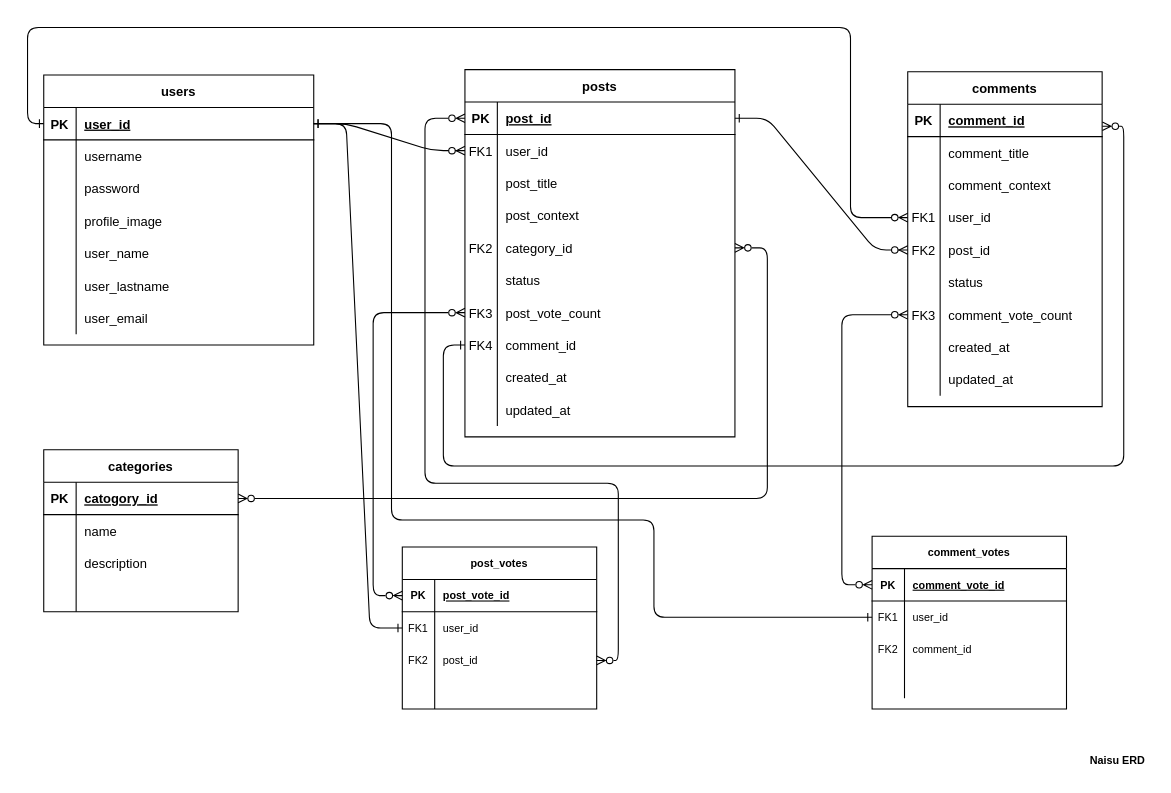
whoisnaisu/skill-checkpoints-2-back-end-development keeps this draw.io diagram as Untitled Diagram.drawio. Above is the earlier version. Source tidied: cells renumbered, new cells numbered last; positions are measured from the earlier drawing's top-left corner, leaving out a move shared by most shapes. Both pictures are drawn from the tidied source at 108%, with x=0, y=0 at pixel (27, 27).
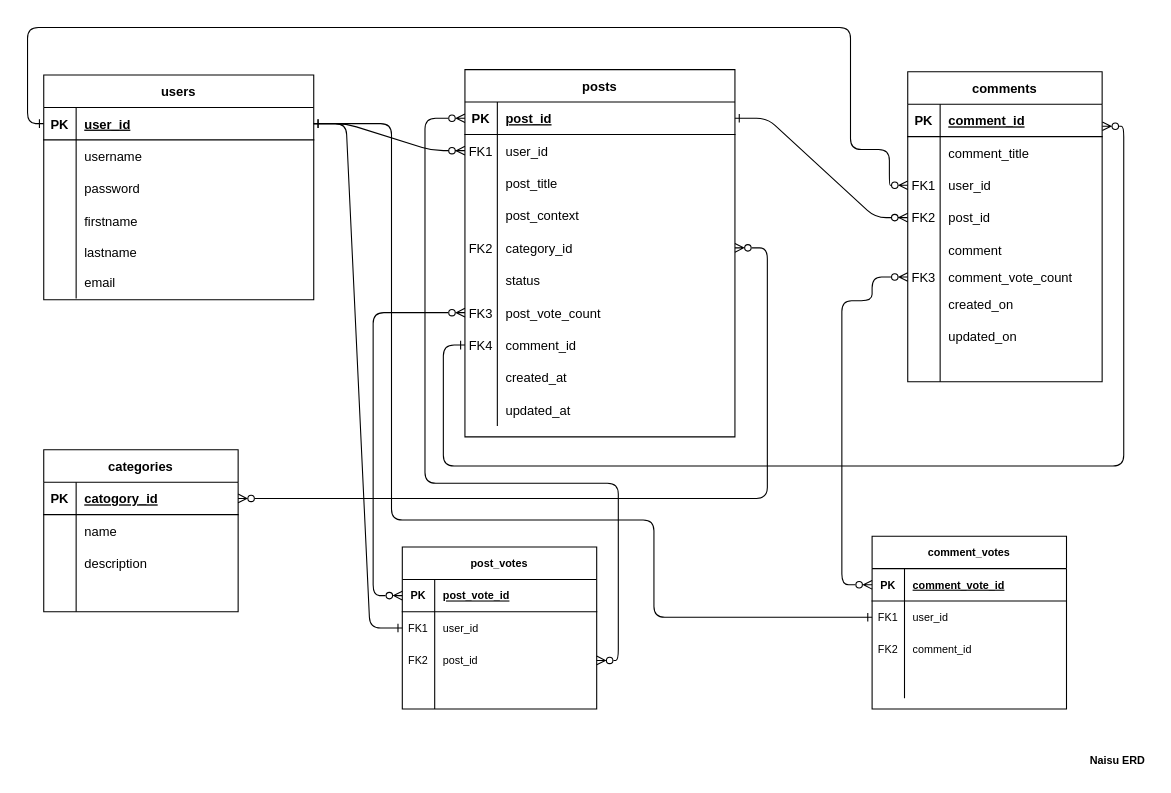
The same diagram, later.

Unchanged cells that the change refers to:
```xml
<mxCell id="36" style="shape=partialRectangle;fillColor=none;points=[[0,0.5],[1,0.5]];portConstraint=eastwest;top=0;left=0;right=0;bottom=1;" parent="35" vertex="1">
  <mxGeometry y="30" width="250" height="30" as="geometry" />
</mxCell>
<mxCell id="116" style="shape=tableRow;horizontal=0;startSize=0;swimlaneHead=0;swimlaneBody=0;fillColor=none;points=[[0,0.5],[1,0.5]];portConstraint=eastwest;top=0;left=0;right=0;bottom=1;glass=0;fontFamily=Helvetica;fontSize=10;" parent="115" vertex="1">
  <mxGeometry y="30" width="180" height="30" as="geometry" />
</mxCell>
```

The edit, as a diff of the source:
```diff
@@
     <mxCell id="35" value="users" style="shape=table;startSize=30;childLayout=tableLayout;rowLines=0;fontStyle=1;align=center;" parent="1" vertex="1">
-      <mxGeometry x="15" y="44" width="250" height="250" as="geometry" />
+      <mxGeometry x="15" y="44" width="250" height="208" as="geometry" />
     </mxCell>
@@
-    <mxCell id="45" style="shape=tableRow;horizontal=0;startSize=0;swimlaneHead=0;swimlaneBody=0;fillColor=none;top=0;left=0;right=0;bottom=0;" parent="35" vertex="1">
-      <mxGeometry y="120" width="250" height="30" as="geometry" />
-    </mxCell>
-    <mxCell id="46" style="shape=partialRectangle;fillColor=none;top=0;left=0;bottom=0;right=0;overflow=hidden;" parent="45" vertex="1">
-      <mxGeometry width="30" height="30" as="geometry" />
-    </mxCell>
-    <mxCell id="47" value="profile_image" style="shape=partialRectangle;fillColor=none;top=0;left=0;bottom=0;right=0;align=left;spacingLeft=6;overflow=hidden;" parent="45" vertex="1">
-      <mxGeometry x="30" width="220" height="30" as="geometry" />
-    </mxCell>
     <mxCell id="48" style="shape=tableRow;horizontal=0;startSize=0;swimlaneHead=0;swimlaneBody=0;fillColor=none;top=0;left=0;right=0;bottom=0;" parent="35" vertex="1">
-      <mxGeometry y="150" width="250" height="30" as="geometry" />
+      <mxGeometry y="120" width="250" height="30" as="geometry" />
     </mxCell>
@@
-    <mxCell id="50" value="user_name" style="shape=partialRectangle;fillColor=none;top=0;left=0;bottom=0;right=0;align=left;spacingLeft=6;fontStyle=0;overflow=hidden;" parent="48" vertex="1">
+    <mxCell id="50" value="firstname" style="shape=partialRectangle;fillColor=none;top=0;left=0;bottom=0;right=0;align=left;spacingLeft=6;fontStyle=0;overflow=hidden;" parent="48" vertex="1">
       <mxGeometry x="30" width="220" height="30" as="geometry" />
     </mxCell>
     <mxCell id="51" style="shape=tableRow;horizontal=0;startSize=0;swimlaneHead=0;swimlaneBody=0;fillColor=none;top=0;left=0;right=0;bottom=0;" parent="35" vertex="1">
-      <mxGeometry y="180" width="250" height="30" as="geometry" />
+      <mxGeometry y="150" width="250" height="27" as="geometry" />
     </mxCell>
     <mxCell id="52" style="shape=partialRectangle;fillColor=none;top=0;left=0;bottom=0;right=0;fontStyle=0;overflow=hidden;" parent="51" vertex="1">
-      <mxGeometry width="30" height="30" as="geometry" />
+      <mxGeometry width="30" height="27" as="geometry" />
     </mxCell>
-    <mxCell id="53" value="user_lastname" style="shape=partialRectangle;fillColor=none;top=0;left=0;bottom=0;right=0;align=left;spacingLeft=6;fontStyle=0;overflow=hidden;" parent="51" vertex="1">
-      <mxGeometry x="30" width="220" height="30" as="geometry" />
+    <mxCell id="53" value="lastname" style="shape=partialRectangle;fillColor=none;top=0;left=0;bottom=0;right=0;align=left;spacingLeft=6;fontStyle=0;overflow=hidden;" parent="51" vertex="1">
+      <mxGeometry x="30" width="220" height="27" as="geometry" />
     </mxCell>
     <mxCell id="54" style="shape=tableRow;horizontal=0;startSize=0;swimlaneHead=0;swimlaneBody=0;fillColor=none;top=0;left=0;right=0;bottom=0;" parent="35" vertex="1">
-      <mxGeometry y="210" width="250" height="30" as="geometry" />
+      <mxGeometry y="177" width="250" height="30" as="geometry" />
     </mxCell>
@@
-    <mxCell id="56" value="user_email" style="shape=partialRectangle;fillColor=none;top=0;left=0;bottom=0;right=0;align=left;spacingLeft=6;overflow=hidden;" parent="54" vertex="1">
+    <mxCell id="56" value="email" style="shape=partialRectangle;fillColor=none;top=0;left=0;bottom=0;right=0;align=left;spacingLeft=6;overflow=hidden;" parent="54" vertex="1">
       <mxGeometry x="30" width="220" height="30" as="geometry" />
     </mxCell>
@@
     <mxCell id="58" value="comments" style="shape=table;startSize=30;childLayout=tableLayout;rowLines=0;fontStyle=1;align=center;" parent="1" vertex="1">
-      <mxGeometry x="815" y="41" width="180" height="310" as="geometry" />
+      <mxGeometry x="815" y="41" width="180" height="287" as="geometry" />
     </mxCell>
@@
-    <mxCell id="65" style="shape=tableRow;horizontal=0;startSize=0;swimlaneHead=0;swimlaneBody=0;fillColor=none;top=0;left=0;right=0;bottom=0;" parent="58" vertex="1">
-      <mxGeometry y="90" width="180" height="30" as="geometry" />
-    </mxCell>
-    <mxCell id="66" style="shape=partialRectangle;fillColor=none;top=0;left=0;bottom=0;right=0;overflow=hidden;" parent="65" vertex="1">
-      <mxGeometry width="30" height="30" as="geometry" />
-    </mxCell>
-    <mxCell id="67" value="comment_context" style="shape=partialRectangle;fillColor=none;top=0;left=0;bottom=0;right=0;align=left;spacingLeft=6;overflow=hidden;" parent="65" vertex="1">
-      <mxGeometry x="30" width="150" height="30" as="geometry" />
-    </mxCell>
     <mxCell id="68" style="shape=tableRow;horizontal=0;startSize=0;swimlaneHead=0;swimlaneBody=0;fillColor=none;points=[[0,0.5],[1,0.5]];portConstraint=eastwest;top=0;left=0;right=0;bottom=0;" parent="58" vertex="1">
-      <mxGeometry y="120" width="180" height="30" as="geometry" />
+      <mxGeometry y="90" width="180" height="30" as="geometry" />
     </mxCell>
@@
     <mxCell id="71" style="shape=tableRow;horizontal=0;startSize=0;swimlaneHead=0;swimlaneBody=0;fillColor=none;points=[[0,0.5],[1,0.5]];portConstraint=eastwest;top=0;left=0;right=0;bottom=0;" parent="58" vertex="1">
-      <mxGeometry y="150" width="180" height="30" as="geometry" />
+      <mxGeometry y="120" width="180" height="30" as="geometry" />
     </mxCell>
@@
-    <mxCell id="74" style="shape=tableRow;horizontal=0;startSize=0;swimlaneHead=0;swimlaneBody=0;fillColor=none;top=0;left=0;right=0;bottom=0;" parent="58" vertex="1">
-      <mxGeometry y="180" width="180" height="30" as="geometry" />
-    </mxCell>
-    <mxCell id="75" style="shape=partialRectangle;fillColor=none;top=0;left=0;bottom=0;right=0;overflow=hidden;" parent="74" vertex="1">
-      <mxGeometry width="30" height="30" as="geometry" />
-    </mxCell>
-    <mxCell id="76" value="status" style="shape=partialRectangle;fillColor=none;top=0;left=0;bottom=0;right=0;align=left;spacingLeft=6;overflow=hidden;" parent="74" vertex="1">
-      <mxGeometry x="30" width="150" height="30" as="geometry" />
-    </mxCell>
+    <mxCell id="65" style="shape=tableRow;horizontal=0;startSize=0;swimlaneHead=0;swimlaneBody=0;fillColor=none;top=0;left=0;right=0;bottom=0;" parent="58" vertex="1">
+      <mxGeometry y="150" width="180" height="30" as="geometry" />
+    </mxCell>
+    <mxCell id="66" style="shape=partialRectangle;fillColor=none;top=0;left=0;bottom=0;right=0;overflow=hidden;" parent="65" vertex="1">
+      <mxGeometry width="30" height="30" as="geometry" />
+    </mxCell>
+    <mxCell id="67" value="comment" style="shape=partialRectangle;fillColor=none;top=0;left=0;bottom=0;right=0;align=left;spacingLeft=6;overflow=hidden;" parent="65" vertex="1">
+      <mxGeometry x="30" width="150" height="30" as="geometry" />
+    </mxCell>
     <mxCell id="77" style="shape=tableRow;horizontal=0;startSize=0;swimlaneHead=0;swimlaneBody=0;fillColor=none;points=[[0,0.5],[1,0.5]];portConstraint=eastwest;top=0;left=0;right=0;bottom=0;" parent="58" vertex="1">
-      <mxGeometry y="210" width="180" height="30" as="geometry" />
+      <mxGeometry y="180" width="180" height="20" as="geometry" />
     </mxCell>
     <mxCell id="78" value="FK3" style="shape=partialRectangle;fillColor=none;top=0;left=0;bottom=0;right=0;fontStyle=0;overflow=hidden;" parent="77" vertex="1">
-      <mxGeometry width="30" height="30" as="geometry" />
+      <mxGeometry width="30" height="20" as="geometry" />
     </mxCell>
     <mxCell id="79" value="comment_vote_count" style="shape=partialRectangle;fillColor=none;top=0;left=0;bottom=0;right=0;align=left;spacingLeft=6;fontStyle=0;overflow=hidden;" parent="77" vertex="1">
-      <mxGeometry x="30" width="150" height="30" as="geometry" />
+      <mxGeometry x="30" width="150" height="20" as="geometry" />
     </mxCell>
     <mxCell id="80" style="shape=tableRow;horizontal=0;startSize=0;swimlaneHead=0;swimlaneBody=0;fillColor=none;top=0;left=0;right=0;bottom=0;" parent="58" vertex="1">
-      <mxGeometry y="240" width="180" height="30" as="geometry" />
+      <mxGeometry y="200" width="180" height="30" as="geometry" />
     </mxCell>
@@
-    <mxCell id="82" value="created_at" style="shape=partialRectangle;fillColor=none;top=0;left=0;bottom=0;right=0;align=left;spacingLeft=6;overflow=hidden;" parent="80" vertex="1">
+    <mxCell id="82" value="created_on" style="shape=partialRectangle;fillColor=none;top=0;left=0;bottom=0;right=0;align=left;spacingLeft=6;overflow=hidden;" parent="80" vertex="1">
       <mxGeometry x="30" width="150" height="30" as="geometry" />
     </mxCell>
     <mxCell id="83" style="shape=tableRow;horizontal=0;startSize=0;swimlaneHead=0;swimlaneBody=0;fillColor=none;top=0;left=0;right=0;bottom=0;" parent="58" vertex="1">
-      <mxGeometry y="270" width="180" height="30" as="geometry" />
+      <mxGeometry y="230" width="180" height="30" as="geometry" />
     </mxCell>
@@
-    <mxCell id="85" value="updated_at" style="shape=partialRectangle;fillColor=none;top=0;left=0;bottom=0;right=0;align=left;spacingLeft=6;overflow=hidden;" parent="83" vertex="1">
+    <mxCell id="85" value="updated_on" style="shape=partialRectangle;fillColor=none;top=0;left=0;bottom=0;right=0;align=left;spacingLeft=6;overflow=hidden;" parent="83" vertex="1">
       <mxGeometry x="30" width="150" height="30" as="geometry" />
     </mxCell>
+    <mxCell id="74" style="shape=tableRow;horizontal=0;startSize=0;swimlaneHead=0;swimlaneBody=0;fillColor=none;top=0;left=0;right=0;bottom=0;" parent="58" vertex="1">
+      <mxGeometry y="260" width="180" height="27" as="geometry" />
+    </mxCell>
+    <mxCell id="75" style="shape=partialRectangle;fillColor=none;top=0;left=0;bottom=0;right=0;overflow=hidden;" parent="74" vertex="1">
+      <mxGeometry width="30" height="27" as="geometry" />
+    </mxCell>
+    <mxCell id="76" style="shape=partialRectangle;fillColor=none;top=0;left=0;bottom=0;right=0;align=left;spacingLeft=6;overflow=hidden;" parent="74" vertex="1">
+      <mxGeometry x="30" width="150" height="27" as="geometry" />
+    </mxCell>
     <mxCell id="86" style="edgeStyle=orthogonalEdgeStyle;rounded=1;jettySize=auto;html=1;exitX=0;exitY=0.5;exitDx=0;exitDy=0;entryX=0;entryY=0.5;entryDx=0;entryDy=0;startArrow=ERone;startFill=0;endArrow=ERzeroToMany;endFill=0;elbow=vertical;" parent="1" edge="1" source="36" target="68">
       <mxGeometry relative="1" as="geometry">
         <Array as="points">
           <mxPoint y="89" />
           <mxPoint />
           <mxPoint x="762" />
-          <mxPoint x="762" y="176" />
+          <mxPoint x="762" y="113" />
+          <mxPoint x="798" y="113" />
+          <mxPoint x="798" y="146" />
         </Array>
       </mxGeometry>
     </mxCell>
@@
     <mxCell id="129" style="edgeStyle=orthogonalEdgeStyle;rounded=1;jettySize=auto;html=1;exitX=0;exitY=0.5;exitDx=0;exitDy=0;fontFamily=Helvetica;fontSize=10;startArrow=ERzeroToMany;startFill=0;endArrow=ERzeroToMany;endFill=0;elbow=vertical;entryX=0;entryY=0.5;entryDx=0;entryDy=0;" parent="1" edge="1" source="77" target="116">
       <mxGeometry relative="1" as="geometry">
         <Array as="points">
-          <mxPoint x="754" y="266" />
+          <mxPoint x="782" y="231" />
+          <mxPoint x="782" y="253" />
+          <mxPoint x="754" y="253" />
           <mxPoint x="754" y="516" />
         </Array>
       </mxGeometry>
     </mxCell>
```
